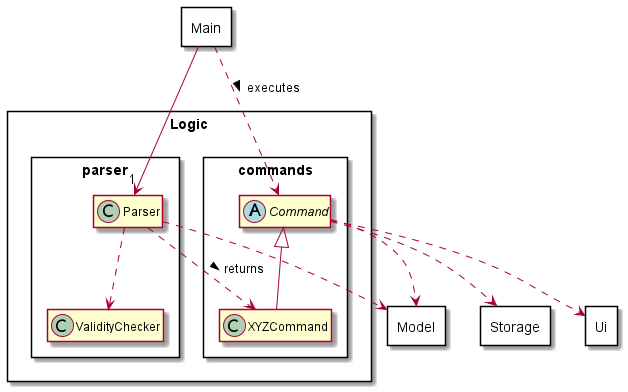
Earlier version of the PlantUML export docs/images/Logic.png (yanjia1777/tp).
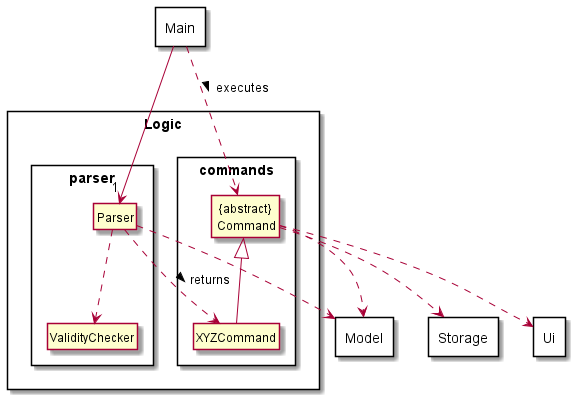
Above is the later version.

Change to the diagram source:
```diff
@@ -1,4 +1,6 @@
 @startuml
+hide circle
+skinparam classAttributeIconSize 0
 package "Ui" <<Rectangle>> {
 
 }
@@ -19,22 +21,22 @@
 }
 
 package "commands" <<Rectangle>> {
-abstract class  "Command"
+class "{abstract}\n Command"
 class XYZCommand
 }
 
 
 
 Main --> "1" Parser
-Command <|-- XYZCommand
+"{abstract}\n Command" <|-- XYZCommand
 Parser ..> ValidityChecker
 Parser ..> XYZCommand : returns >
-Main ..> Command : executes >
+Main ..> "{abstract}\n Command": executes >
 
-Command ..> Ui
+"{abstract}\n Command" ..> Ui
 Parser ..> Model
-Command ..> Model
-Command ..> Storage
+"{abstract}\n Command" ..> Model
+"{abstract}\n Command" ..> Storage
 }
 hide members
 @enduml
```
